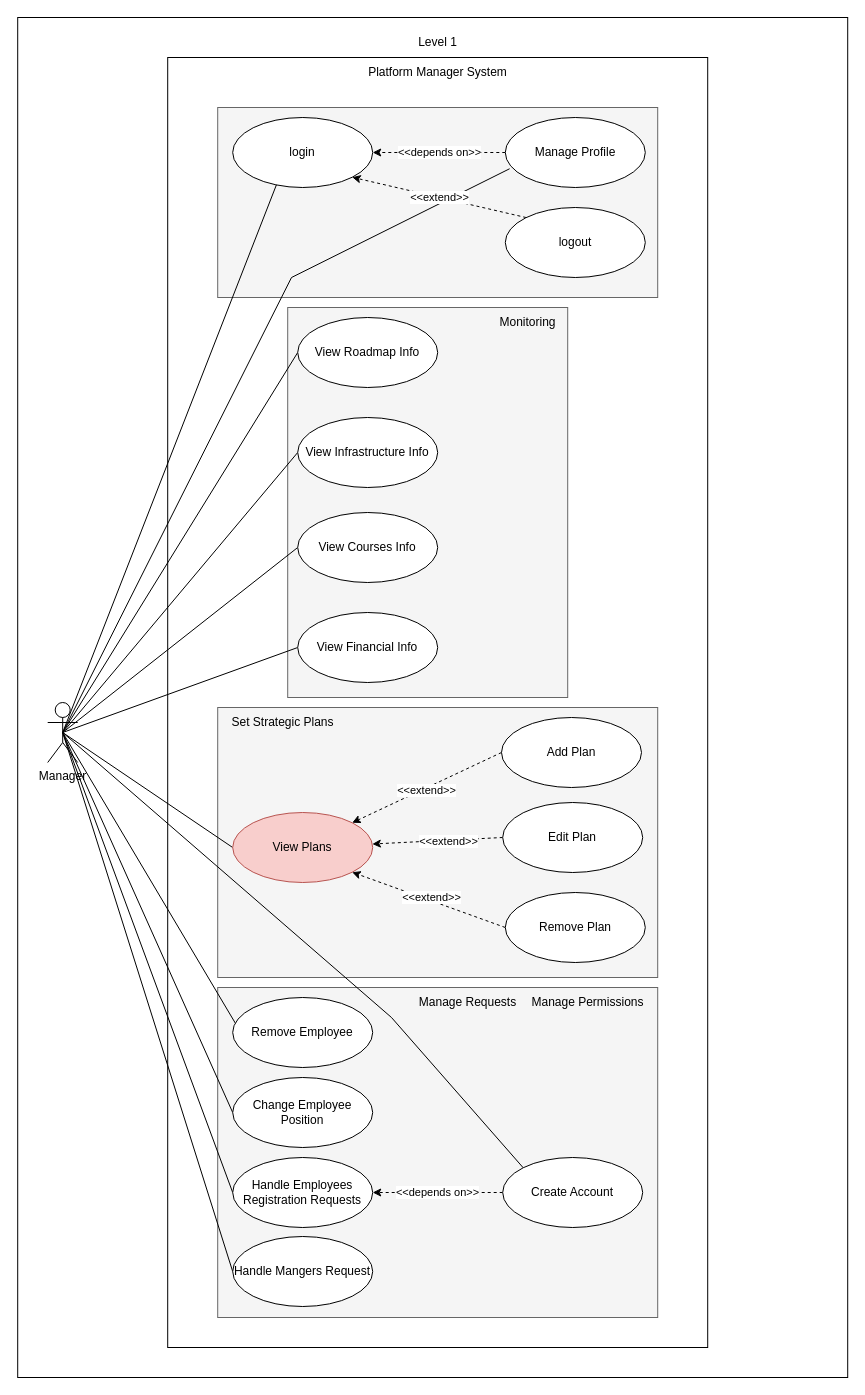
The draw.io diagram PlatformManagerSystem.drawio in YAMANX8/UML, before the edit. Source tidied: cells renumbered, new cells numbered last; positions are measured from the earlier drawing's top-left corner, leaving out a move shared by most shapes. Both pictures are drawn from the tidied source at 100%, with x=0, y=0 at pixel (17, 17).
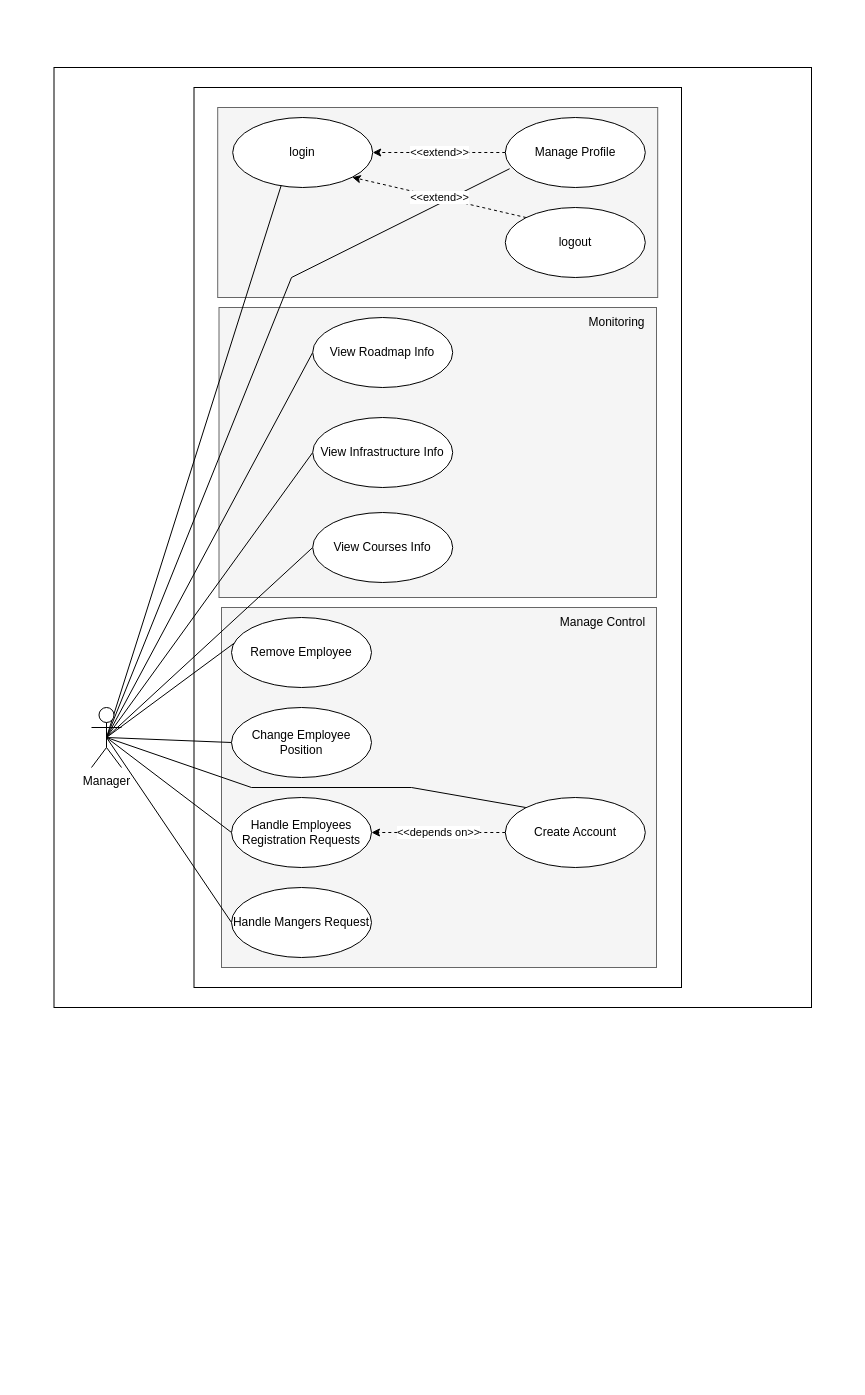
The same diagram, later.

The change refers to these unchanged cells:
```xml
<mxCell id="23" value="login" style="ellipse;whiteSpace=wrap;html=1;" parent="1" vertex="1">
  <mxGeometry x="215.2" y="100" width="140" height="70" as="geometry" />
</mxCell>
<mxCell id="25" value="Manage Profile" style="ellipse;whiteSpace=wrap;html=1;" parent="1" vertex="1">
  <mxGeometry x="487.8" y="100" width="140" height="70" as="geometry" />
</mxCell>
```

Change to the diagram source:
```diff
@@
     <mxCell id="2" style="rounded=0;whiteSpace=wrap;html=1;" parent="1" vertex="1">
-      <mxGeometry x="0.2" width="830" height="1360" as="geometry" />
+      <mxGeometry x="36.5" y="50" width="757.5" height="940" as="geometry" />
     </mxCell>
     <mxCell id="3" style="rounded=0;whiteSpace=wrap;html=1;" parent="1" vertex="1">
-      <mxGeometry x="150.2" y="40" width="540" height="1290" as="geometry" />
+      <mxGeometry x="176.5" y="70" width="487.5" height="900" as="geometry" />
     </mxCell>
     <mxCell id="4" style="rounded=0;whiteSpace=wrap;html=1;fillColor=#f5f5f5;fontColor=#333333;strokeColor=#666666;" parent="1" vertex="1">
-      <mxGeometry x="200.2" y="970" width="440" height="330" as="geometry" />
+      <mxGeometry x="204" y="590" width="435" height="360" as="geometry" />
     </mxCell>
@@
     <mxCell id="6" style="rounded=0;whiteSpace=wrap;html=1;fillColor=#f5f5f5;fontColor=#333333;strokeColor=#666666;" parent="1" vertex="1">
-      <mxGeometry x="270.2" y="290" width="280" height="390" as="geometry" />
+      <mxGeometry x="201.5" y="290" width="437.5" height="290" as="geometry" />
     </mxCell>
-    <mxCell id="7" style="rounded=0;whiteSpace=wrap;html=1;fillColor=#f5f5f5;fontColor=#333333;strokeColor=#666666;" parent="1" vertex="1">
-      <mxGeometry x="200.2" y="690" width="440" height="270" as="geometry" />
-    </mxCell>
-    <mxCell id="8" value="Platform Manager System" style="text;html=1;align=center;verticalAlign=middle;strokeColor=none;fillColor=none;" parent="1" vertex="1">
-      <mxGeometry x="340.2" y="40" width="160" height="30" as="geometry" />
-    </mxCell>
-    <mxCell id="9" value="Level 1" style="text;html=1;align=center;verticalAlign=middle;strokeColor=none;fillColor=none;" parent="1" vertex="1">
-      <mxGeometry x="390.2" y="10" width="60" height="30" as="geometry" />
-    </mxCell>
@@
-    <mxCell id="14" style="rounded=0;jettySize=auto;html=1;exitX=0.5;exitY=0.5;exitDx=0;exitDy=0;exitPerimeter=0;entryX=0;entryY=0.5;entryDx=0;entryDy=0;endArrow=none;endFill=0;" parent="1" edge="1" source="22" target="39">
-      <mxGeometry relative="1" as="geometry" />
-    </mxCell>
@@
-    <mxCell id="19" style="rounded=0;jettySize=auto;html=1;exitX=0.5;exitY=0.5;exitDx=0;exitDy=0;exitPerimeter=0;entryX=0;entryY=0.5;entryDx=0;entryDy=0;endArrow=none;endFill=0;" parent="1" edge="1" source="22" target="35">
-      <mxGeometry relative="1" as="geometry" />
-    </mxCell>
     <mxCell id="20" style="rounded=0;jettySize=auto;html=1;exitX=0.5;exitY=0.5;exitDx=0;exitDy=0;exitPerimeter=0;entryX=0;entryY=0;entryDx=0;entryDy=0;endArrow=none;endFill=0;" parent="1" edge="1" source="22" target="47">
       <mxGeometry relative="1" as="geometry">
         <Array as="points">
-          <mxPoint x="374" y="1000" />
+          <mxPoint x="234" y="770" />
+          <mxPoint x="394" y="770" />
         </Array>
       </mxGeometry>
     </mxCell>
@@
     <mxCell id="22" value="Manager" style="shape=umlActor;verticalLabelPosition=bottom;verticalAlign=top;html=1;outlineConnect=0;" parent="1" vertex="1">
-      <mxGeometry x="30.2" y="685" width="30" height="60" as="geometry" />
+      <mxGeometry x="74" y="690" width="30" height="60" as="geometry" />
     </mxCell>
@@
-    <mxCell id="24" value="&amp;lt;&amp;lt;depends on&amp;gt;&amp;gt;" style="edgeStyle=orthogonalEdgeStyle;rounded=0;jettySize=auto;html=1;dashed=1;" parent="1" edge="1" source="25" target="23">
+    <mxCell id="24" value="&amp;lt;&amp;lt;extend&amp;gt;&amp;gt;" style="edgeStyle=orthogonalEdgeStyle;rounded=0;jettySize=auto;html=1;dashed=1;" parent="1" edge="1" source="25" target="23">
       <mxGeometry relative="1" as="geometry" />
     </mxCell>
@@
-    <mxCell id="26" style="rounded=0;jettySize=auto;html=1;exitX=0;exitY=0.5;exitDx=0;exitDy=0;entryX=1;entryY=0;entryDx=0;entryDy=0;dashed=1;" parent="1" edge="1" source="28" target="35">
-      <mxGeometry relative="1" as="geometry" />
-    </mxCell>
-    <mxCell id="27" value="&amp;lt;&amp;lt;extend&amp;gt;&amp;gt;" style="edgeLabel;html=1;align=center;verticalAlign=middle;" parent="26" vertex="1">
-      <mxGeometry x="0.02" y="2" relative="1" as="geometry" />
-    </mxCell>
-    <mxCell id="28" value="Add Plan" style="ellipse;whiteSpace=wrap;html=1;" parent="1" vertex="1">
-      <mxGeometry x="484" y="700" width="140" height="70" as="geometry" />
-    </mxCell>
-    <mxCell id="29" style="rounded=0;jettySize=auto;html=1;exitX=0;exitY=0.5;exitDx=0;exitDy=0;dashed=1;" parent="1" edge="1" source="31" target="35">
-      <mxGeometry relative="1" as="geometry" />
+    <mxCell id="29" style="rounded=0;orthogonalLoop=1;jettySize=auto;html=1;exitX=0;exitY=0.5;exitDx=0;exitDy=0;dashed=1;" parent="1" edge="1">
+      <mxGeometry relative="1" as="geometry">
+        <mxPoint x="354.9" y="826.5" as="targetPoint" />
+      </mxGeometry>
     </mxCell>
-    <mxCell id="30" value="&amp;lt;&amp;lt;extend&amp;gt;&amp;gt;" style="edgeLabel;html=1;align=center;verticalAlign=middle;" parent="29" vertex="1">
-      <mxGeometry x="-0.16" y="1" relative="1" as="geometry" />
-    </mxCell>
-    <mxCell id="31" value="Edit Plan" style="ellipse;whiteSpace=wrap;html=1;" parent="1" vertex="1">
-      <mxGeometry x="485.2" y="785" width="140" height="70" as="geometry" />
-    </mxCell>
-    <mxCell id="32" style="rounded=0;jettySize=auto;html=1;exitX=0;exitY=0.5;exitDx=0;exitDy=0;entryX=1;entryY=1;entryDx=0;entryDy=0;dashed=1;" parent="1" edge="1" source="34" target="35">
-      <mxGeometry relative="1" as="geometry" />
+    <mxCell id="32" style="rounded=0;orthogonalLoop=1;jettySize=auto;html=1;exitX=0;exitY=0.5;exitDx=0;exitDy=0;entryX=1;entryY=1;entryDx=0;entryDy=0;dashed=1;" parent="1" edge="1">
+      <mxGeometry relative="1" as="geometry">
+        <mxPoint x="334.7" y="854.7" as="targetPoint" />
+      </mxGeometry>
     </mxCell>
-    <mxCell id="33" value="&amp;lt;&amp;lt;extend&amp;gt;&amp;gt;" style="edgeLabel;html=1;align=center;verticalAlign=middle;" parent="32" vertex="1">
-      <mxGeometry x="-0.02" y="-4" relative="1" as="geometry" />
-    </mxCell>
-    <mxCell id="34" value="Remove Plan" style="ellipse;whiteSpace=wrap;html=1;" parent="1" vertex="1">
-      <mxGeometry x="487.8" y="875" width="140" height="70" as="geometry" />
-    </mxCell>
-    <mxCell id="35" value="View Plans" style="ellipse;whiteSpace=wrap;html=1;fillColor=#f8cecc;strokeColor=#b85450;" parent="1" vertex="1">
-      <mxGeometry x="215.2" y="795" width="140" height="70" as="geometry" />
-    </mxCell>
     <mxCell id="36" value="View Infrastructure Info" style="ellipse;whiteSpace=wrap;html=1;" parent="1" vertex="1">
-      <mxGeometry x="280.2" y="400" width="140" height="70" as="geometry" />
+      <mxGeometry x="295.2" y="400" width="140" height="70" as="geometry" />
     </mxCell>
     <mxCell id="37" value="View Roadmap Info" style="ellipse;whiteSpace=wrap;html=1;" parent="1" vertex="1">
-      <mxGeometry x="280.2" y="300" width="140" height="70" as="geometry" />
+      <mxGeometry x="295.2" y="300" width="140" height="70" as="geometry" />
     </mxCell>
     <mxCell id="38" value="View Courses Info" style="ellipse;whiteSpace=wrap;html=1;" parent="1" vertex="1">
-      <mxGeometry x="280.2" y="495" width="140" height="70" as="geometry" />
+      <mxGeometry x="295.2" y="495" width="140" height="70" as="geometry" />
     </mxCell>
-    <mxCell id="39" value="View Financial Info" style="ellipse;whiteSpace=wrap;html=1;" parent="1" vertex="1">
-      <mxGeometry x="280.2" y="595" width="140" height="70" as="geometry" />
-    </mxCell>
@@
-    <mxCell id="42" value="Set Strategic Plans" style="text;html=1;align=center;verticalAlign=middle;strokeColor=none;fillColor=none;" parent="1" vertex="1">
-      <mxGeometry x="200.2" y="690" width="130" height="30" as="geometry" />
-    </mxCell>
     <mxCell id="43" value="Monitoring" style="text;html=1;align=center;verticalAlign=middle;strokeColor=none;fillColor=none;" parent="1" vertex="1">
-      <mxGeometry x="470.2" y="290" width="80" height="30" as="geometry" />
+      <mxGeometry x="559" y="290" width="80" height="30" as="geometry" />
     </mxCell>
     <mxCell id="44" value="Handle Employees Registration Requests" style="ellipse;whiteSpace=wrap;html=1;" parent="1" vertex="1">
-      <mxGeometry x="215.2" y="1140" width="140" height="70" as="geometry" />
+      <mxGeometry x="214" y="780" width="140" height="70" as="geometry" />
     </mxCell>
     <mxCell id="45" value="Remove Employee" style="ellipse;whiteSpace=wrap;html=1;" parent="1" vertex="1">
-      <mxGeometry x="215.2" y="980" width="140" height="70" as="geometry" />
+      <mxGeometry x="214" y="600" width="140" height="70" as="geometry" />
     </mxCell>
@@
     <mxCell id="47" value="Create Account" style="ellipse;whiteSpace=wrap;html=1;" parent="1" vertex="1">
-      <mxGeometry x="485.2" y="1140" width="140" height="70" as="geometry" />
+      <mxGeometry x="487.8" y="780" width="140" height="70" as="geometry" />
     </mxCell>
     <mxCell id="48" value="Change Employee Position" style="ellipse;whiteSpace=wrap;html=1;" parent="1" vertex="1">
-      <mxGeometry x="215.2" y="1060" width="140" height="70" as="geometry" />
+      <mxGeometry x="214" y="690" width="140" height="70" as="geometry" />
     </mxCell>
     <mxCell id="49" value="Handle Mangers Request" style="ellipse;whiteSpace=wrap;html=1;" parent="1" vertex="1">
-      <mxGeometry x="215.2" y="1219" width="140" height="70" as="geometry" />
+      <mxGeometry x="214" y="870" width="140" height="70" as="geometry" />
     </mxCell>
-    <mxCell id="50" value="Manage Permissions" style="text;html=1;align=center;verticalAlign=middle;strokeColor=none;fillColor=none;" parent="1" vertex="1">
-      <mxGeometry x="500.2" y="970" width="140" height="30" as="geometry" />
-    </mxCell>
-    <mxCell id="51" value="Manage Requests" style="text;html=1;align=center;verticalAlign=middle;strokeColor=none;fillColor=none;" parent="1" vertex="1">
-      <mxGeometry x="390.2" y="970" width="120" height="30" as="geometry" />
+    <mxCell id="51" value="Manage Control" style="text;html=1;align=center;verticalAlign=middle;strokeColor=none;fillColor=none;" parent="1" vertex="1">
+      <mxGeometry x="530.2" y="590" width="110" height="30" as="geometry" />
     </mxCell>
```
